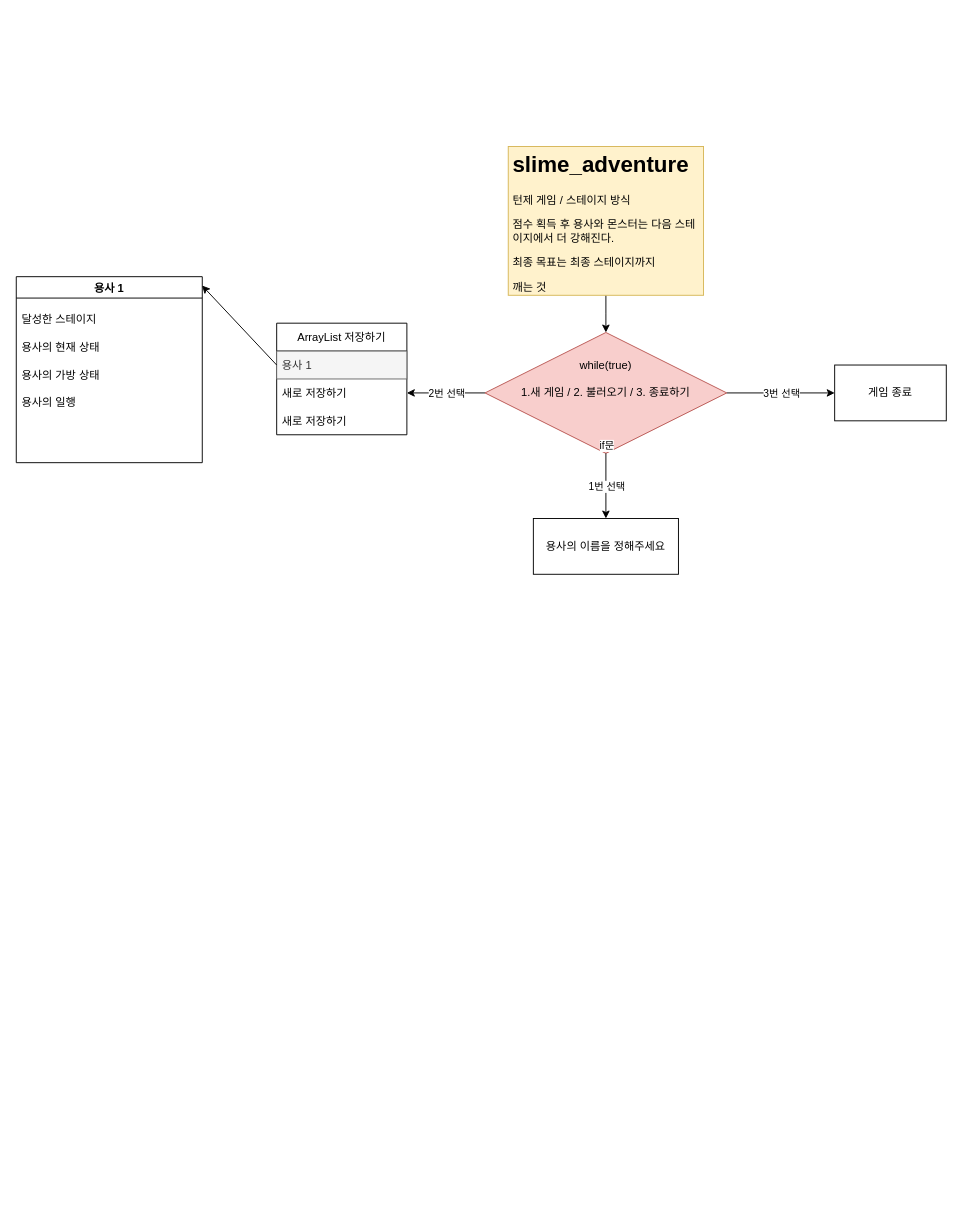
Earlier version of the draw.io diagram page "game_start" (1 of 2) of Untitled Diagram.drawio (slime-and-Hero/slime_adventure). Source tidied: cells renumbered, new cells numbered last; positions are measured from the earlier drawing's top-left corner, leaving out a move shared by most shapes. Both pictures are drawn from the tidied source at 93%, with x=0, y=0 at pixel (16, 146).
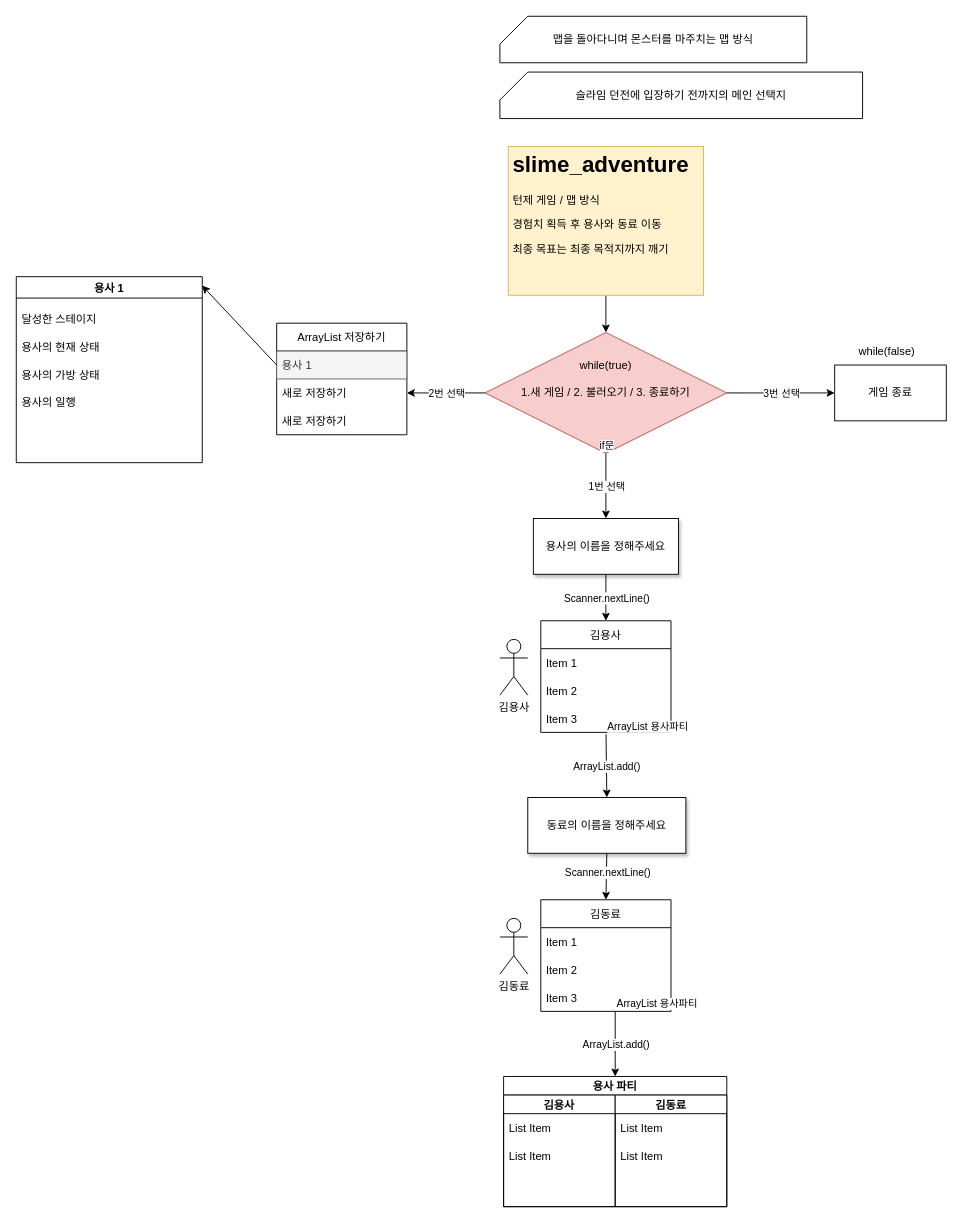
Above is the later version.

Change to the diagram source:
```diff
@@
-    <mxCell id="3" value="&lt;h1&gt;slime_adventure&lt;/h1&gt;&lt;p&gt;턴제 게임 / 스테이지 방식&lt;/p&gt;&lt;p&gt;점수 획득 후 용사와 몬스터는 다음 스테이지에서 더 강해진다.&lt;/p&gt;&lt;p&gt;최종 목표는 최종 스테이지까지&amp;nbsp;&lt;/p&gt;&lt;p&gt;깨는 것&lt;/p&gt;" style="text;html=1;strokeColor=#d6b656;fillColor=#fff2cc;spacing=5;spacingTop=-20;whiteSpace=wrap;overflow=hidden;rounded=0;" parent="1" vertex="1">
+    <mxCell id="3" value="&lt;h1&gt;slime_adventure&lt;/h1&gt;&lt;p&gt;턴제 게임 / 맵 방식&lt;/p&gt;&lt;p&gt;경험치 획득 후 용사와 동료 이동&lt;/p&gt;&lt;p&gt;최종 목표는 최종 목적지까지 깨기&lt;/p&gt;" style="text;html=1;strokeColor=#d6b656;fillColor=#fff2cc;spacing=5;spacingTop=-20;whiteSpace=wrap;overflow=hidden;rounded=0;" parent="1" vertex="1">
       <mxGeometry x="529" width="210" height="160" as="geometry" />
     </mxCell>
@@
-    <mxCell id="24" value="용사의 이름을 정해주세요" style="rounded=0;whiteSpace=wrap;html=1;" parent="1" vertex="1">
+    <mxCell id="24" value="용사의 이름을 정해주세요" style="rounded=0;whiteSpace=wrap;html=1;shadow=1;" parent="1" vertex="1">
       <mxGeometry x="556" y="400" width="156" height="60" as="geometry" />
     </mxCell>
+    <mxCell id="25" value="김용사" style="swimlane;fontStyle=0;horizontal=1;startSize=30;" parent="1" vertex="1">
+      <mxGeometry x="564" y="510" width="140" height="120" as="geometry" />
+    </mxCell>
+    <mxCell id="26" value="Item 1" style="text;strokeColor=none;fillColor=none;align=left;verticalAlign=middle;spacingLeft=4;spacingRight=4;overflow=hidden;" parent="25" vertex="1">
+      <mxGeometry y="30" width="140" height="30" as="geometry" />
+    </mxCell>
+    <mxCell id="27" value="Item 2" style="text;strokeColor=none;fillColor=none;align=left;verticalAlign=middle;spacingLeft=4;spacingRight=4;overflow=hidden;" parent="25" vertex="1">
+      <mxGeometry y="60" width="140" height="30" as="geometry" />
+    </mxCell>
+    <mxCell id="28" value="Item 3" style="text;strokeColor=none;fillColor=none;align=left;verticalAlign=middle;spacingLeft=4;spacingRight=4;overflow=hidden;points=[[0,0.5],[1,0.5]];portConstraint=eastwest;" parent="25" vertex="1">
+      <mxGeometry y="90" width="140" height="30" as="geometry" />
+    </mxCell>
+    <mxCell id="29" value="동료의 이름을 정해주세요" style="rounded=0;whiteSpace=wrap;html=1;shadow=1;" parent="1" vertex="1">
+      <mxGeometry x="550" y="700" width="170" height="60" as="geometry" />
+    </mxCell>
+    <mxCell id="30" value="김동료" style="swimlane;fontStyle=0;horizontal=1;startSize=30;" parent="1" vertex="1">
+      <mxGeometry x="564" y="810" width="140" height="120" as="geometry" />
+    </mxCell>
+    <mxCell id="31" value="Item 1" style="text;strokeColor=none;fillColor=none;align=left;verticalAlign=middle;spacingLeft=4;spacingRight=4;overflow=hidden;" parent="30" vertex="1">
+      <mxGeometry y="30" width="140" height="30" as="geometry" />
+    </mxCell>
+    <mxCell id="32" value="Item 2" style="text;strokeColor=none;fillColor=none;align=left;verticalAlign=middle;spacingLeft=4;spacingRight=4;overflow=hidden;" parent="30" vertex="1">
+      <mxGeometry y="60" width="140" height="30" as="geometry" />
+    </mxCell>
+    <mxCell id="33" value="Item 3" style="text;strokeColor=none;fillColor=none;align=left;verticalAlign=middle;spacingLeft=4;spacingRight=4;overflow=hidden;" parent="30" vertex="1">
+      <mxGeometry y="90" width="140" height="30" as="geometry" />
+    </mxCell>
+    <mxCell id="34" style="endArrow=classic;html=1;rounded=0;exitX=0.5;exitY=1;exitDx=0;exitDy=0;entryX=0.5;entryY=0;entryDx=0;entryDy=0;" parent="1" edge="1" source="29" target="30">
+      <mxGeometry relative="1" as="geometry" />
+    </mxCell>
+    <mxCell id="35" value="용사 파티" style="swimlane;startSize=20;" parent="1" vertex="1">
+      <mxGeometry x="524" y="1000" width="240" height="140" as="geometry" />
+    </mxCell>
+    <mxCell id="36" value="김용사" style="swimlane;startSize=20;" parent="35" vertex="1">
+      <mxGeometry y="20" width="120" height="120" as="geometry" />
+    </mxCell>
+    <mxCell id="37" value="List Item" style="text;strokeColor=none;fillColor=none;align=left;verticalAlign=middle;spacingLeft=4;spacingRight=4;overflow=hidden;" parent="36" vertex="1">
+      <mxGeometry y="20" width="120" height="30" as="geometry" />
+    </mxCell>
+    <mxCell id="38" value="List Item" style="text;strokeColor=none;fillColor=none;align=left;verticalAlign=middle;spacingLeft=4;spacingRight=4;overflow=hidden;" parent="36" vertex="1">
+      <mxGeometry y="50" width="120" height="30" as="geometry" />
+    </mxCell>
+    <mxCell id="39" value="김동료" style="swimlane;startSize=20;" parent="35" vertex="1">
+      <mxGeometry x="120" y="20" width="120" height="120" as="geometry" />
+    </mxCell>
+    <mxCell id="40" value="List Item" style="text;strokeColor=none;fillColor=none;align=left;verticalAlign=middle;spacingLeft=4;spacingRight=4;overflow=hidden;" parent="39" vertex="1">
+      <mxGeometry y="20" width="120" height="30" as="geometry" />
+    </mxCell>
+    <mxCell id="41" value="List Item" style="text;strokeColor=none;fillColor=none;align=left;verticalAlign=middle;spacingLeft=4;spacingRight=4;overflow=hidden;" parent="39" vertex="1">
+      <mxGeometry y="50" width="120" height="30" as="geometry" />
+    </mxCell>
+    <mxCell id="42" style="endArrow=classic;html=1;rounded=0;exitX=0.501;exitY=1.067;exitDx=0;exitDy=0;exitPerimeter=0;entryX=0.5;entryY=0;entryDx=0;entryDy=0;" parent="1" edge="1" source="28" target="29">
+      <mxGeometry relative="1" as="geometry" />
+    </mxCell>
+    <mxCell id="43" value="ArrayList.add()" style="edgeLabel;html=1;align=center;verticalAlign=middle;" parent="42" vertex="1">
+      <mxGeometry relative="1" as="geometry" />
+    </mxCell>
+    <mxCell id="44" value="ArrayList 용사파티" style="edgeLabel;html=1;align=left;verticalAlign=bottom;" parent="42" vertex="1">
+      <mxGeometry x="-1" relative="1" as="geometry" />
+    </mxCell>
+    <mxCell id="45" style="endArrow=classic;html=1;rounded=0;entryX=0.5;entryY=0;entryDx=0;entryDy=0;" parent="1" edge="1" target="35">
+      <mxGeometry relative="1" as="geometry">
+        <mxPoint x="644" y="930" as="sourcePoint" />
+      </mxGeometry>
+    </mxCell>
+    <mxCell id="46" value="ArrayList.add()" style="edgeLabel;html=1;align=center;verticalAlign=middle;" parent="45" vertex="1">
+      <mxGeometry relative="1" as="geometry" />
+    </mxCell>
+    <mxCell id="47" value="ArrayList 용사파티" style="edgeLabel;html=1;align=left;verticalAlign=bottom;" parent="45" vertex="1">
+      <mxGeometry x="-1" relative="1" as="geometry" />
+    </mxCell>
+    <mxCell id="48" style="endArrow=classic;html=1;rounded=0;exitX=0.5;exitY=1;exitDx=0;exitDy=0;" parent="1" edge="1" source="24" target="25">
+      <mxGeometry relative="1" as="geometry" />
+    </mxCell>
+    <mxCell id="49" value="Scanner.nextLine()" style="edgeLabel;html=1;align=center;verticalAlign=middle;" parent="48" vertex="1">
+      <mxGeometry relative="1" as="geometry" />
+    </mxCell>
+    <mxCell id="50" value="Scanner.nextLine()" style="edgeLabel;html=1;align=center;verticalAlign=middle;" parent="1" vertex="1">
+      <mxGeometry x="635" y="780" as="geometry" />
+    </mxCell>
+    <mxCell id="51" value="맵을 돌아다니며 몬스터를 마주치는 맵 방식" style="shape=card;whiteSpace=wrap;html=1;align=center;" parent="1" vertex="1">
+      <mxGeometry x="520" y="-140" width="330" height="50" as="geometry" />
+    </mxCell>
+    <mxCell id="52" value="슬라임 던전에 입장하기 전까지의 메인 선택지" style="shape=card;whiteSpace=wrap;html=1;" parent="1" vertex="1">
+      <mxGeometry x="520" y="-80" width="390" height="50" as="geometry" />
+    </mxCell>
+    <mxCell id="53" value="while(false)" style="text;strokeColor=none;fillColor=none;align=left;verticalAlign=middle;spacingLeft=4;spacingRight=4;overflow=hidden;" parent="1" vertex="1">
+      <mxGeometry x="900" y="205" width="80" height="30" as="geometry" />
+    </mxCell>
+    <mxCell id="54" value="김용사" style="shape=umlActor;verticalLabelPosition=bottom;verticalAlign=top;html=1;" parent="1" vertex="1">
+      <mxGeometry x="520" y="530" width="30" height="60" as="geometry" />
+    </mxCell>
+    <mxCell id="55" value="김동료" style="shape=umlActor;verticalLabelPosition=bottom;verticalAlign=top;html=1;" parent="1" vertex="1">
+      <mxGeometry x="520" y="830" width="30" height="60" as="geometry" />
+    </mxCell>
```
